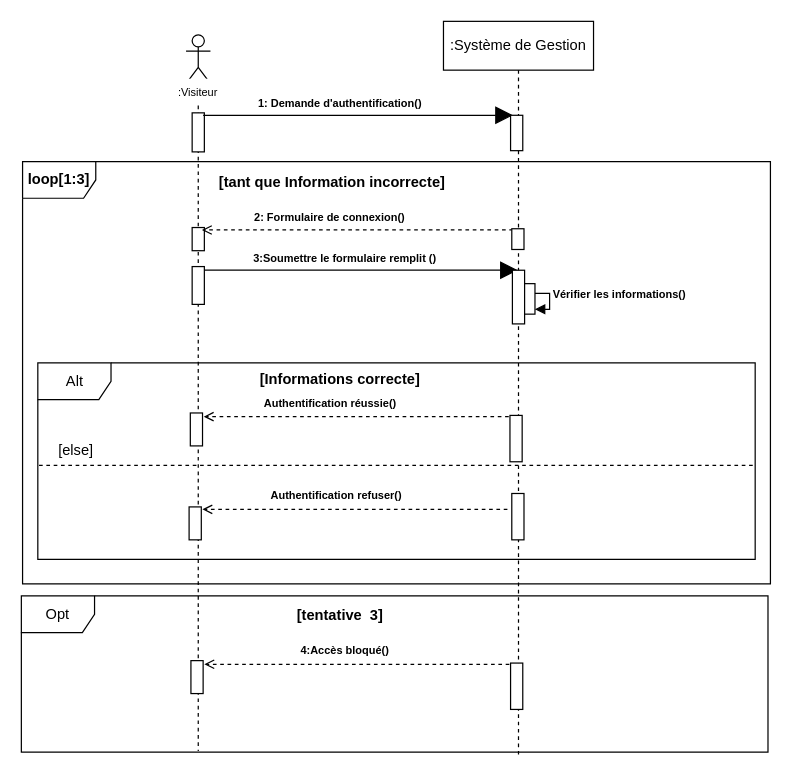
This is connexion.drawio from louis-fresnel99/TpGasaL1, a draw.io file, before an edit. Source tidied: cells renumbered, new cells numbered last; positions are measured from the earlier drawing's top-left corner, leaving out a move shared by most shapes. Both pictures are drawn from the tidied source at 122%, with x=0, y=0 at pixel (21, 21).
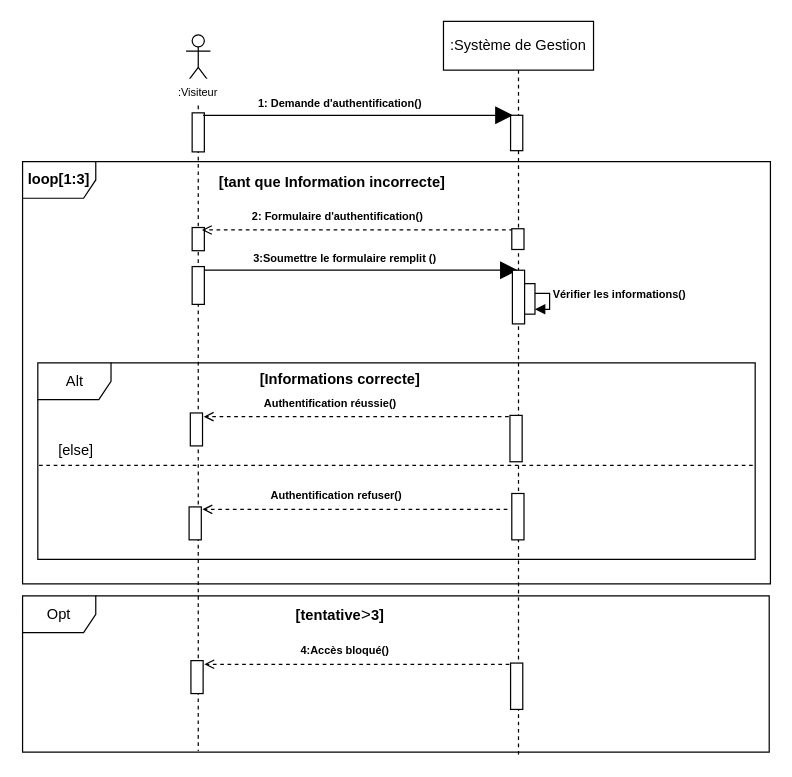
Above is the later version.

Commit message:
Mettre à jour connexion.drawio

Diff of the diagram source:
```diff
@@
-    <mxCell id="11" value="&lt;font style=&quot;color: light-dark(rgb(0, 0, 0), rgb(0, 0, 0)); font-size: 9px;&quot;&gt;&lt;b&gt;2: Formulaire de connexion()&lt;/b&gt;&lt;/font&gt;" style="text;html=1;align=center;verticalAlign=middle;whiteSpace=wrap;rounded=0;" parent="1" vertex="1">
-      <mxGeometry x="187" y="149" width="132" height="22" as="geometry" />
+    <mxCell id="11" value="&lt;font style=&quot;color: light-dark(rgb(0, 0, 0), rgb(0, 0, 0)); font-size: 9px;&quot;&gt;&lt;b&gt;2: Formulaire d'authentification()&lt;/b&gt;&lt;/font&gt;" style="text;html=1;align=center;verticalAlign=middle;whiteSpace=wrap;rounded=0;" parent="1" vertex="1">
+      <mxGeometry x="179" y="148" width="161" height="22" as="geometry" />
     </mxCell>
@@
     <mxCell id="19" value="Opt" style="shape=umlFrame;whiteSpace=wrap;html=1;" parent="1" vertex="1">
-      <mxGeometry y="471" width="612" height="128" as="geometry" />
+      <mxGeometry x="1" y="471" width="612" height="128" as="geometry" />
     </mxCell>
@@
-    <mxCell id="29" value="&lt;b&gt;[tentative&amp;nbsp; 3]&lt;/b&gt;" style="text;html=1;align=center;verticalAlign=middle;whiteSpace=wrap;rounded=0;" parent="1" vertex="1">
+    <mxCell id="29" value="&lt;font&gt;&lt;b style=&quot;color: light-dark(rgb(0, 0, 0), rgb(237, 237, 237));&quot;&gt;[tentative&lt;/b&gt;&lt;span style=&quot;font-family: Consolas, &amp;quot;Courier New&amp;quot;, monospace; font-size: 14px; white-space: pre;&quot;&gt;&lt;font style=&quot;color: light-dark(rgb(0, 0, 0), rgb(0, 0, 0));&quot;&gt;&amp;gt;&lt;/font&gt;&lt;/span&gt;&lt;b style=&quot;color: light-dark(rgb(0, 0, 0), rgb(237, 237, 237)); background-color: transparent;&quot;&gt;3]&lt;/b&gt;&lt;/font&gt;" style="text;html=1;align=center;verticalAlign=middle;whiteSpace=wrap;rounded=0;" parent="1" vertex="1">
       <mxGeometry x="191.5" y="477" width="139" height="20" as="geometry" />
     </mxCell>
```
